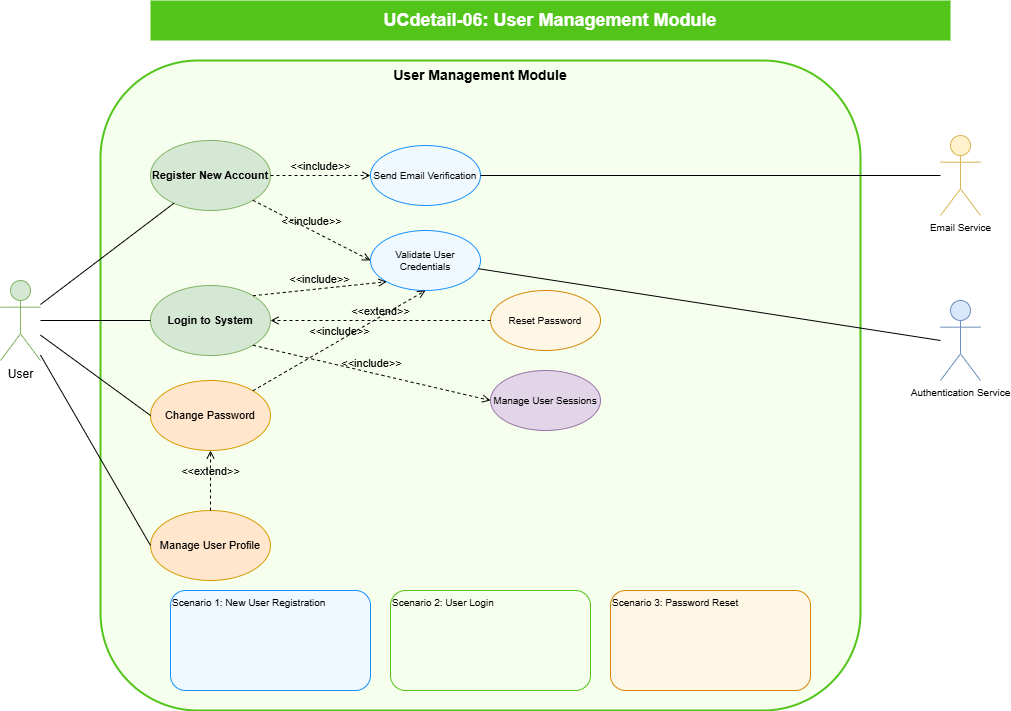
This is dsa-visualizer/academic-project/enhanced-diagrams/UCdetail-06-user-management.png from HieNguyen08/dsa-visualizer, a draw.io export, as it was before one commit. Source tidied: cells renumbered, new cells last; positions are measured from the earlier drawing's top-left corner, leaving out a move shared by most shapes.
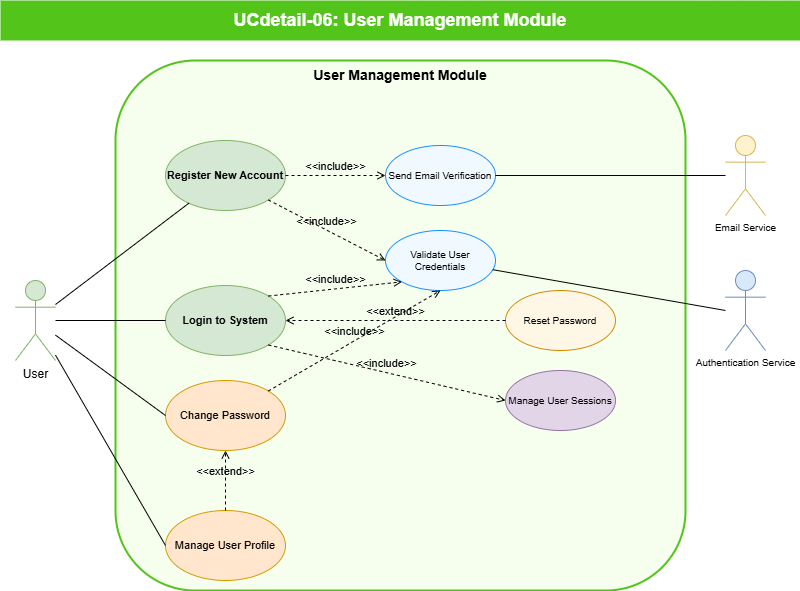
Later version of the same file.

Change to the diagram source:
```diff
@@ -3,19 +3,19 @@
     <mxCell id="0" />
     <mxCell id="1" parent="0" />
     <mxCell id="2" value="UCdetail-06: User Management Module" style="text;html=1;align=center;verticalAlign=middle;whiteSpace=wrap;rounded=0;fontSize=18;fontStyle=1;fillColor=#52c41a;fontColor=#ffffff;" parent="1" vertex="1">
-      <mxGeometry x="150" width="800" height="40" as="geometry" />
+      <mxGeometry x="-15" width="800" height="40" as="geometry" />
     </mxCell>
     <mxCell id="3" value="User Management Module" style="rounded=1;whiteSpace=wrap;html=1;fontSize=14;fontStyle=1;fillColor=#f6ffed;strokeColor=#52c41a;strokeWidth=2;verticalAlign=top;" parent="1" vertex="1">
-      <mxGeometry x="100" y="60" width="760" height="650" as="geometry" />
+      <mxGeometry x="100" y="60" width="570" height="530" as="geometry" />
     </mxCell>
     <mxCell id="4" value="User" style="shape=umlActor;verticalLabelPosition=bottom;verticalAlign=top;html=1;outlineConnect=0;fontSize=12;fillColor=#d5e8d4;strokeColor=#82b366;" parent="1" vertex="1">
       <mxGeometry y="280" width="40" height="80" as="geometry" />
     </mxCell>
     <mxCell id="5" value="Authentication Service" style="shape=umlActor;verticalLabelPosition=bottom;verticalAlign=top;html=1;outlineConnect=0;fontSize=10;fillColor=#dae8fc;strokeColor=#6c8ebf;" parent="1" vertex="1">
-      <mxGeometry x="940" y="300" width="40" height="80" as="geometry" />
+      <mxGeometry x="710" y="270" width="40" height="80" as="geometry" />
     </mxCell>
     <mxCell id="6" value="Email Service" style="shape=umlActor;verticalLabelPosition=bottom;verticalAlign=top;html=1;outlineConnect=0;fontSize=10;fillColor=#fff2cc;strokeColor=#d6b656;" parent="1" vertex="1">
-      <mxGeometry x="940" y="135" width="40" height="80" as="geometry" />
+      <mxGeometry x="710" y="135" width="40" height="80" as="geometry" />
     </mxCell>
     <mxCell id="7" value="Register New Account" style="ellipse;whiteSpace=wrap;html=1;fontSize=11;fillColor=#d5e8d4;strokeColor=#82b366;fontStyle=1;" parent="1" vertex="1">
       <mxGeometry x="150" y="140" width="120" height="70" as="geometry" />
@@ -53,15 +53,6 @@
     <mxCell id="18" style="endArrow=none;html=1;rounded=0;fontSize=12;startSize=8;endSize=8;exitX=0;exitY=0.5;" parent="1" edge="1" source="6" target="12">
       <mxGeometry relative="1" as="geometry" />
     </mxCell>
-    <mxCell id="19" value="Scenario 1: New User Registration" style="rounded=1;whiteSpace=wrap;html=1;fontSize=10;align=left;verticalAlign=top;fillColor=#f0f9ff;strokeColor=#1890ff;" parent="1" vertex="1">
-      <mxGeometry x="170" y="590" width="200" height="100" as="geometry" />
-    </mxCell>
-    <mxCell id="20" value="Scenario 2: User Login" style="rounded=1;whiteSpace=wrap;html=1;fontSize=10;align=left;verticalAlign=top;fillColor=#f6ffed;strokeColor=#52c41a;" parent="1" vertex="1">
-      <mxGeometry x="390" y="590" width="200" height="100" as="geometry" />
-    </mxCell>
-    <mxCell id="21" value="Scenario 3: Password Reset" style="rounded=1;whiteSpace=wrap;html=1;fontSize=10;align=left;verticalAlign=top;fillColor=#fff7e6;strokeColor=#d48806;" parent="1" vertex="1">
-      <mxGeometry x="610" y="590" width="200" height="100" as="geometry" />
-    </mxCell>
     <mxCell id="22" value="&amp;lt;&amp;lt;include&amp;gt;&amp;gt;" style="html=1;verticalAlign=bottom;labelBackgroundColor=none;endArrow=open;endFill=0;dashed=1;exitX=1;exitY=1;exitDx=0;exitDy=0;entryX=0;entryY=0.5;entryDx=0;entryDy=0;" parent="1" edge="1" source="7" target="11">
       <mxGeometry relative="1" as="geometry" />
     </mxCell>
```
